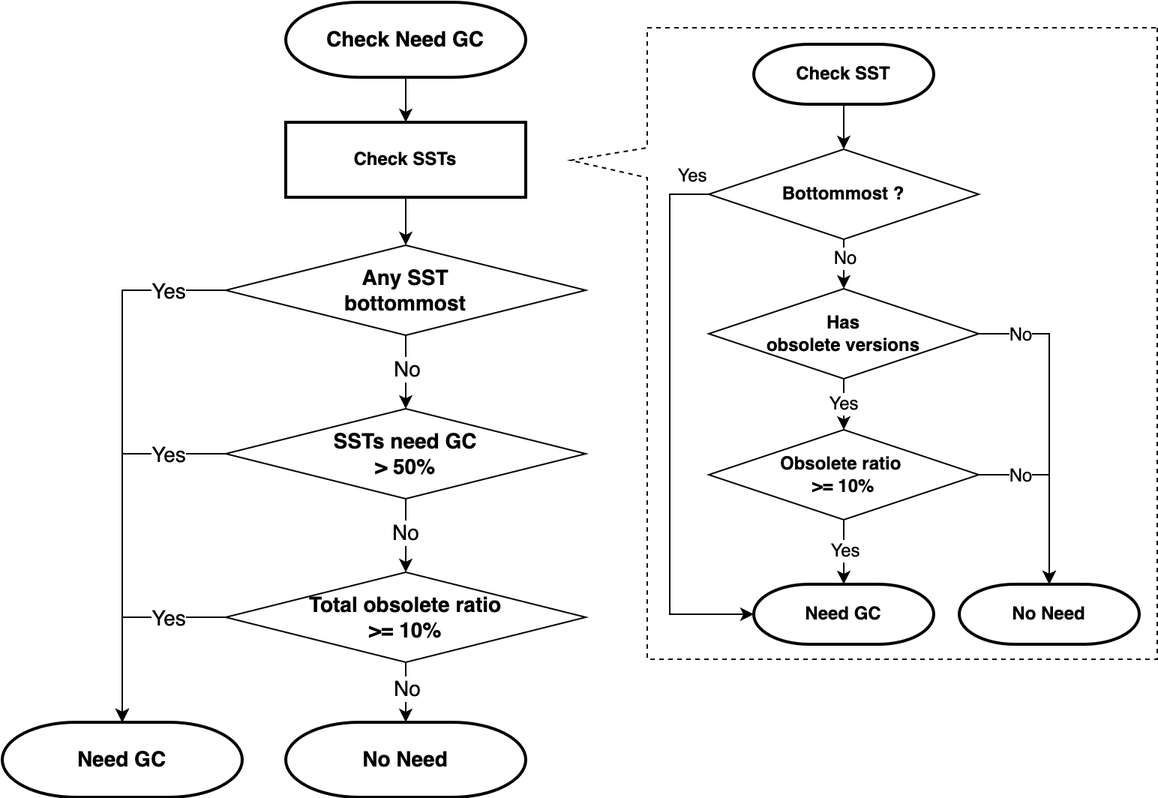
Earlier version of the draw.io export media/rawkv-gc-check.png (tikv/rfcs). Source tidied: cells renumbered, new cells last; positions are measured from the earlier drawing's top-left corner, leaving out a move shared by most shapes.
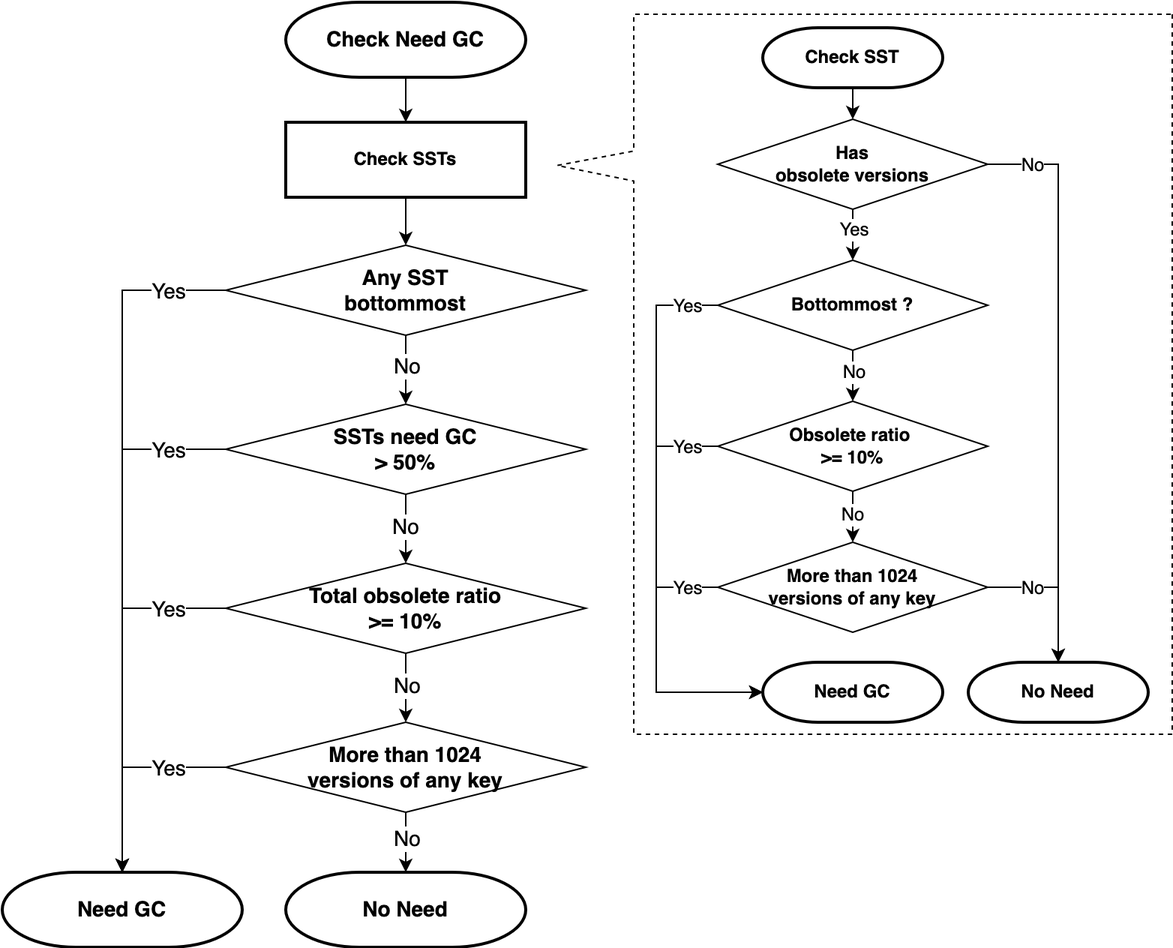
Above is the later version.

Commit message:
bugfix as add condition of max_row_versons

Change to the diagram source:
```diff
@@ -3,7 +3,7 @@
     <mxCell id="0" />
     <mxCell id="1" parent="0" />
     <mxCell id="2" style="shape=callout;whiteSpace=wrap;html=1;perimeter=calloutPerimeter;fontSize=14;size=51;position=0.19;position2=0.21;base=20;rounded=0;direction=south;dashed=1;fillColor=none;" parent="1" vertex="1">
-      <mxGeometry x="379" y="17" width="391" height="421" as="geometry" />
+      <mxGeometry x="370" y="8" width="410" height="480" as="geometry" />
     </mxCell>
     <mxCell id="3" style="edgeStyle=orthogonalEdgeStyle;rounded=0;jettySize=auto;html=1;fontSize=14;" parent="1" edge="1" source="4" target="19">
       <mxGeometry relative="1" as="geometry" />
@@ -17,52 +17,62 @@
     <mxCell id="6" style="edgeStyle=orthogonalEdgeStyle;rounded=0;jettySize=auto;html=1;fontSize=12;" parent="1" edge="1" source="8" target="10">
       <mxGeometry relative="1" as="geometry" />
     </mxCell>
-    <mxCell id="7" value="No" style="edgeLabel;html=1;align=center;verticalAlign=middle;fontSize=12;" parent="6" vertex="1">
+    <mxCell id="7" value="Yes" style="edgeLabel;html=1;align=center;verticalAlign=middle;fontSize=12;" parent="6" vertex="1">
       <mxGeometry x="-0.12" y="-1" relative="1" as="geometry">
         <mxPoint x="-1" y="-7" as="offset" />
       </mxGeometry>
     </mxCell>
-    <mxCell id="8" value="Bottommost ?" style="rhombus;whiteSpace=wrap;html=1;fontSize=12;fontStyle=1;fillColor=none;" parent="1" vertex="1">
-      <mxGeometry x="471" y="98" width="180" height="60" as="geometry" />
+    <mxCell id="8" value="Has&lt;br&gt;obsolete versions" style="rhombus;whiteSpace=wrap;html=1;fontSize=12;fontStyle=1;fillColor=none;" parent="1" vertex="1">
+      <mxGeometry x="477" y="78" width="180" height="60" as="geometry" />
     </mxCell>
-    <mxCell id="9" value="Yes" style="edgeStyle=orthogonalEdgeStyle;rounded=0;jettySize=auto;html=1;fontSize=12;exitX=0.5;exitY=1;exitDx=0;exitDy=0;" parent="1" edge="1" source="10" target="13">
+    <mxCell id="9" style="edgeStyle=orthogonalEdgeStyle;rounded=0;jettySize=auto;html=1;fontSize=12;" parent="1" edge="1" source="10" target="13">
       <mxGeometry relative="1" as="geometry" />
     </mxCell>
+    <mxCell id="42" value="No" style="edgeLabel;html=1;align=center;verticalAlign=middle;fontSize=12;" parent="9" vertex="1">
+      <mxGeometry x="0.19" y="1" relative="1" as="geometry">
+        <mxPoint x="-1" y="-1" as="offset" />
+      </mxGeometry>
+    </mxCell>
-    <mxCell id="10" value="Has&lt;br style=&quot;font-size: 12px;&quot;&gt;obsolete versions" style="rhombus;whiteSpace=wrap;html=1;fontSize=12;fontStyle=1;fillColor=none;" parent="1" vertex="1">
-      <mxGeometry x="471" y="191" width="180" height="60" as="geometry" />
+    <mxCell id="10" value="Bottommost ?" style="rhombus;whiteSpace=wrap;html=1;fontSize=12;fontStyle=1;fillColor=none;" parent="1" vertex="1">
+      <mxGeometry x="477" y="172" width="180" height="60" as="geometry" />
     </mxCell>
-    <mxCell id="11" style="edgeStyle=orthogonalEdgeStyle;rounded=0;jettySize=auto;html=1;fontSize=12;" parent="1" edge="1" source="13" target="38">
+    <mxCell id="11" style="edgeStyle=orthogonalEdgeStyle;rounded=0;jettySize=auto;html=1;fontSize=12;entryX=0.5;entryY=0;entryDx=0;entryDy=0;" parent="1" edge="1" source="13" target="48">
       <mxGeometry relative="1" as="geometry" />
     </mxCell>
-    <mxCell id="12" value="Yes" style="edgeLabel;html=1;align=center;verticalAlign=middle;fontSize=12;" parent="11" vertex="1">
+    <mxCell id="12" value="No" style="edgeLabel;html=1;align=center;verticalAlign=middle;fontSize=12;" parent="11" vertex="1">
       <mxGeometry x="-0.22" y="-2" relative="1" as="geometry">
-        <mxPoint x="2" y="3" as="offset" />
+        <mxPoint x="1" y="-3" as="offset" />
       </mxGeometry>
     </mxCell>
     <mxCell id="13" value="Obsolete ratio &lt;br style=&quot;font-size: 12px;&quot;&gt;&amp;gt;= 10%" style="rhombus;whiteSpace=wrap;html=1;fontSize=12;fontStyle=1;fillColor=none;" parent="1" vertex="1">
-      <mxGeometry x="471" y="285" width="180" height="60" as="geometry" />
+      <mxGeometry x="477" y="266" width="180" height="60" as="geometry" />
     </mxCell>
-    <mxCell id="14" style="endArrow=classic;html=1;rounded=0;exitX=0;exitY=0.5;exitDx=0;exitDy=0;edgeStyle=orthogonalEdgeStyle;entryX=0;entryY=0.5;entryDx=0;entryDy=0;fontSize=12;entryPerimeter=0;" parent="1" edge="1" source="8" target="38">
+    <mxCell id="14" style="endArrow=classic;html=1;rounded=0;exitX=0;exitY=0.5;exitDx=0;exitDy=0;edgeStyle=orthogonalEdgeStyle;entryX=0;entryY=0.5;entryDx=0;entryDy=0;fontSize=12;entryPerimeter=0;" parent="1" edge="1" source="10" target="38">
       <mxGeometry relative="1" as="geometry">
         <Array as="points">
-          <mxPoint x="445" y="128" />
-          <mxPoint x="445" y="408" />
+          <mxPoint x="436" y="202" />
+          <mxPoint x="436" y="460" />
         </Array>
       </mxGeometry>
     </mxCell>
     <mxCell id="15" value="Yes" style="edgeLabel;html=1;align=center;verticalAlign=middle;fontSize=12;labelBackgroundColor=default;" parent="14" vertex="1">
       <mxGeometry x="-0.65" y="-3" relative="1" as="geometry">
-        <mxPoint x="17" y="-50" as="offset" />
+        <mxPoint x="23" y="-24" as="offset" />
       </mxGeometry>
     </mxCell>
-    <mxCell id="16" style="endArrow=classic;html=1;rounded=0;exitX=1;exitY=0.5;exitDx=0;exitDy=0;entryX=0.5;entryY=0;entryDx=0;entryDy=0;edgeStyle=orthogonalEdgeStyle;fontSize=12;entryPerimeter=0;" parent="1" edge="1" source="13" target="39">
-      <mxGeometry relative="1" as="geometry" />
+    <mxCell id="16" style="endArrow=classic;html=1;rounded=0;exitX=0;exitY=0.5;exitDx=0;exitDy=0;entryX=0;entryY=0.5;entryDx=0;entryDy=0;edgeStyle=orthogonalEdgeStyle;fontSize=12;entryPerimeter=0;" parent="1" edge="1" source="13" target="38">
+      <mxGeometry relative="1" as="geometry">
+        <Array as="points">
+          <mxPoint x="436" y="296" />
+          <mxPoint x="436" y="460" />
+        </Array>
+      </mxGeometry>
     </mxCell>
-    <mxCell id="17" value="No" style="edgeLabel;html=1;align=center;verticalAlign=middle;fontSize=12;labelBackgroundColor=default;" parent="16" vertex="1">
-      <mxGeometry x="-0.59" relative="1" as="geometry">
-        <mxPoint x="2" as="offset" />
-      </mxGeometry>
-    </mxCell>
+    <mxCell id="43" value="Yes" style="edgeLabel;html=1;align=center;verticalAlign=middle;fontSize=12;" parent="16" vertex="1">
+      <mxGeometry x="-0.88" y="3" relative="1" as="geometry">
+        <mxPoint x="-5" y="-3" as="offset" />
+      </mxGeometry>
+    </mxCell>
     <mxCell id="18" style="edgeStyle=orthogonalEdgeStyle;rounded=0;jettySize=auto;html=1;fontSize=14;entryX=0.5;entryY=0;entryDx=0;entryDy=0;" parent="1" edge="1" source="19" target="32">
       <mxGeometry relative="1" as="geometry" />
     </mxCell>
@@ -80,25 +90,25 @@
     <mxCell id="22" style="edgeStyle=orthogonalEdgeStyle;rounded=0;jettySize=auto;html=1;fontSize=14;exitX=0;exitY=0.5;exitDx=0;exitDy=0;" parent="1" edge="1" source="24" target="25">
       <mxGeometry relative="1" as="geometry">
         <Array as="points">
-          <mxPoint x="80" y="301" />
+          <mxPoint x="80" y="298" />
         </Array>
       </mxGeometry>
     </mxCell>
     <mxCell id="23" value="Yes" style="edgeLabel;html=1;align=center;verticalAlign=middle;fontSize=14;labelBackgroundColor=default;" parent="22" vertex="1">
       <mxGeometry x="-0.61" y="-1" relative="1" as="geometry">
-        <mxPoint x="9" y="1" as="offset" />
+        <mxPoint x="29" y="1" as="offset" />
       </mxGeometry>
     </mxCell>
     <mxCell id="24" value="SSTs need GC&lt;br style=&quot;font-size: 14px;&quot;&gt;&amp;gt; 50%" style="rhombus;whiteSpace=wrap;html=1;fontSize=14;flipV=1;fontStyle=1;fillColor=none;" parent="1" vertex="1">
-      <mxGeometry x="149" y="271" width="240" height="60" as="geometry" />
+      <mxGeometry x="149" y="268" width="240" height="60" as="geometry" />
     </mxCell>
     <mxCell id="25" value="Need GC" style="strokeWidth=2;html=1;shape=mxgraph.flowchart.terminator;whiteSpace=wrap;fontSize=14;fontStyle=1;fillColor=none;" parent="1" vertex="1">
-      <mxGeometry y="480" width="160" height="50" as="geometry" />
+      <mxGeometry y="580" width="160" height="50" as="geometry" />
     </mxCell>
     <mxCell id="26" value="No Need" style="strokeWidth=2;html=1;shape=mxgraph.flowchart.terminator;whiteSpace=wrap;fontSize=14;fontStyle=1;fillColor=none;" parent="1" vertex="1">
-      <mxGeometry x="189" y="480" width="160" height="50" as="geometry" />
+      <mxGeometry x="189" y="580" width="160" height="50" as="geometry" />
     </mxCell>
-    <mxCell id="27" style="edgeStyle=orthogonalEdgeStyle;rounded=0;jettySize=auto;html=1;fontSize=14;" parent="1" edge="1" source="29" target="26">
+    <mxCell id="27" style="edgeStyle=orthogonalEdgeStyle;rounded=0;jettySize=auto;html=1;fontSize=14;exitX=0.5;exitY=1;exitDx=0;exitDy=0;" parent="1" edge="1" source="50" target="26">
       <mxGeometry relative="1" as="geometry" />
     </mxCell>
     <mxCell id="28" value="No" style="edgeLabel;html=1;align=center;verticalAlign=middle;fontSize=14;" parent="27" vertex="1">
@@ -106,8 +116,16 @@
         <mxPoint x="-1" y="2" as="offset" />
       </mxGeometry>
     </mxCell>
+    <mxCell id="44" style="edgeStyle=orthogonalEdgeStyle;rounded=0;jettySize=auto;html=1;fontSize=12;" parent="1" edge="1" source="29" target="50">
+      <mxGeometry relative="1" as="geometry" />
+    </mxCell>
+    <mxCell id="45" value="No" style="edgeLabel;html=1;align=center;verticalAlign=middle;fontSize=14;" parent="44" vertex="1">
+      <mxGeometry x="0.05" relative="1" as="geometry">
+        <mxPoint y="-3" as="offset" />
+      </mxGeometry>
+    </mxCell>
     <mxCell id="29" value="Total obsolete ratio&lt;br style=&quot;font-size: 14px;&quot;&gt;&amp;gt;= 10%" style="rhombus;whiteSpace=wrap;html=1;fontSize=14;flipV=1;fontStyle=1;fillColor=none;" parent="1" vertex="1">
-      <mxGeometry x="149" y="380" width="240" height="60" as="geometry" />
+      <mxGeometry x="149" y="374" width="240" height="60" as="geometry" />
     </mxCell>
     <mxCell id="30" style="edgeStyle=orthogonalEdgeStyle;rounded=0;jettySize=auto;html=1;fontSize=14;" parent="1" edge="1" source="32" target="24">
       <mxGeometry relative="1" as="geometry" />
@@ -125,7 +143,7 @@
     </mxCell>
     <mxCell id="34" value="Yes" style="edgeLabel;html=1;align=center;verticalAlign=middle;fontSize=14;labelBackgroundColor=default;" parent="33" vertex="1">
       <mxGeometry x="-0.61" y="-1" relative="1" as="geometry">
-        <mxPoint x="31" as="offset" />
+        <mxPoint x="31" y="-20" as="offset" />
       </mxGeometry>
     </mxCell>
     <mxCell id="35" style="edgeStyle=orthogonalEdgeStyle;rounded=0;jettySize=auto;html=1;fontSize=14;exitX=0;exitY=0.5;exitDx=0;exitDy=0;entryX=0.5;entryY=0;entryDx=0;entryDy=0;" parent="1" edge="1" source="29" target="25">
@@ -133,25 +151,60 @@
     </mxCell>
     <mxCell id="36" value="Yes" style="edgeLabel;html=1;align=center;verticalAlign=middle;fontSize=14;labelBackgroundColor=default;" parent="35" vertex="1">
       <mxGeometry x="-0.61" y="-1" relative="1" as="geometry">
-        <mxPoint x="-12" y="1" as="offset" />
+        <mxPoint x="9" y="1" as="offset" />
       </mxGeometry>
     </mxCell>
     <mxCell id="37" value="Check SST" style="strokeWidth=2;html=1;shape=mxgraph.flowchart.terminator;whiteSpace=wrap;fontSize=12;fontStyle=1;fillColor=none;" parent="1" vertex="1">
-      <mxGeometry x="501" y="28" width="120" height="40" as="geometry" />
+      <mxGeometry x="507" y="17" width="120" height="40" as="geometry" />
     </mxCell>
     <mxCell id="38" value="Need GC" style="strokeWidth=2;html=1;shape=mxgraph.flowchart.terminator;whiteSpace=wrap;fontSize=12;fontStyle=1;fillColor=none;" parent="1" vertex="1">
-      <mxGeometry x="501" y="388" width="120" height="40" as="geometry" />
+      <mxGeometry x="507" y="440" width="120" height="40" as="geometry" />
     </mxCell>
     <mxCell id="39" value="No Need" style="strokeWidth=2;html=1;shape=mxgraph.flowchart.terminator;whiteSpace=wrap;fontSize=12;fontStyle=1;fillColor=none;" parent="1" vertex="1">
-      <mxGeometry x="638" y="388" width="120" height="40" as="geometry" />
+      <mxGeometry x="644" y="440" width="120" height="40" as="geometry" />
     </mxCell>
-    <mxCell id="40" style="endArrow=classic;html=1;rounded=0;exitX=1;exitY=0.5;exitDx=0;exitDy=0;entryX=0.5;entryY=0;entryDx=0;entryDy=0;edgeStyle=orthogonalEdgeStyle;fontSize=12;entryPerimeter=0;" parent="1" edge="1" source="10" target="39">
+    <mxCell id="40" style="endArrow=classic;html=1;rounded=0;exitX=1;exitY=0.5;exitDx=0;exitDy=0;entryX=0.5;entryY=0;entryDx=0;entryDy=0;edgeStyle=orthogonalEdgeStyle;fontSize=12;entryPerimeter=0;" parent="1" edge="1" source="8" target="39">
       <mxGeometry relative="1" as="geometry" />
     </mxCell>
     <mxCell id="41" value="No" style="edgeLabel;html=1;align=center;verticalAlign=middle;fontSize=12;labelBackgroundColor=default;" parent="40" vertex="1">
       <mxGeometry x="-0.59" relative="1" as="geometry">
-        <mxPoint x="-17" as="offset" />
+        <mxPoint x="-18" y="-31" as="offset" />
       </mxGeometry>
     </mxCell>
+    <mxCell id="46" style="edgeStyle=orthogonalEdgeStyle;rounded=0;jettySize=auto;html=1;fontSize=12;exitX=0;exitY=0.5;exitDx=0;exitDy=0;entryX=0;entryY=0.5;entryDx=0;entryDy=0;entryPerimeter=0;" parent="1" edge="1" source="48" target="38">
+      <mxGeometry relative="1" as="geometry">
+        <Array as="points">
+          <mxPoint x="436" y="390" />
+          <mxPoint x="436" y="460" />
+        </Array>
+      </mxGeometry>
+    </mxCell>
+    <mxCell id="47" value="Yes" style="edgeLabel;html=1;align=center;verticalAlign=middle;fontSize=12;" parent="46" vertex="1">
+      <mxGeometry x="-0.17" y="1" relative="1" as="geometry">
+        <mxPoint x="19" y="-34" as="offset" />
+      </mxGeometry>
+    </mxCell>
+    <mxCell id="48" value="More than 1024&lt;br&gt;versions of any key" style="rhombus;whiteSpace=wrap;html=1;fontSize=12;fontStyle=1;fillColor=none;" parent="1" vertex="1">
+      <mxGeometry x="477" y="360" width="180" height="60" as="geometry" />
+    </mxCell>
+    <mxCell id="49" style="endArrow=classic;html=1;rounded=0;exitX=1;exitY=0.5;exitDx=0;exitDy=0;entryX=0.5;entryY=0;entryDx=0;entryDy=0;edgeStyle=orthogonalEdgeStyle;fontSize=12;entryPerimeter=0;" parent="1" edge="1" source="48" target="39">
+      <mxGeometry relative="1" as="geometry" />
+    </mxCell>
+    <mxCell id="17" value="No" style="edgeLabel;html=1;align=center;verticalAlign=middle;fontSize=12;labelBackgroundColor=default;" parent="49" vertex="1">
+      <mxGeometry x="-0.59" relative="1" as="geometry">
+        <mxPoint x="9" as="offset" />
+      </mxGeometry>
+    </mxCell>
+    <mxCell id="50" value="More than 1024&lt;br&gt;versions of any key" style="rhombus;whiteSpace=wrap;html=1;fontSize=14;flipV=1;fontStyle=1;fillColor=none;" parent="1" vertex="1">
+      <mxGeometry x="149" y="480" width="240" height="60" as="geometry" />
+    </mxCell>
+    <mxCell id="51" style="edgeStyle=orthogonalEdgeStyle;rounded=0;jettySize=auto;html=1;fontSize=14;exitX=0;exitY=0.5;exitDx=0;exitDy=0;entryX=0.5;entryY=0;entryDx=0;entryDy=0;entryPerimeter=0;" parent="1" edge="1" source="50" target="25">
+      <mxGeometry relative="1" as="geometry" />
+    </mxCell>
+    <mxCell id="52" value="Yes" style="edgeLabel;html=1;align=center;verticalAlign=middle;fontSize=14;labelBackgroundColor=default;" parent="51" vertex="1">
+      <mxGeometry x="-0.61" y="-1" relative="1" as="geometry">
+        <mxPoint x="-12" y="1" as="offset" />
+      </mxGeometry>
+    </mxCell>
   </root>
 </mxGraphModel>
```
